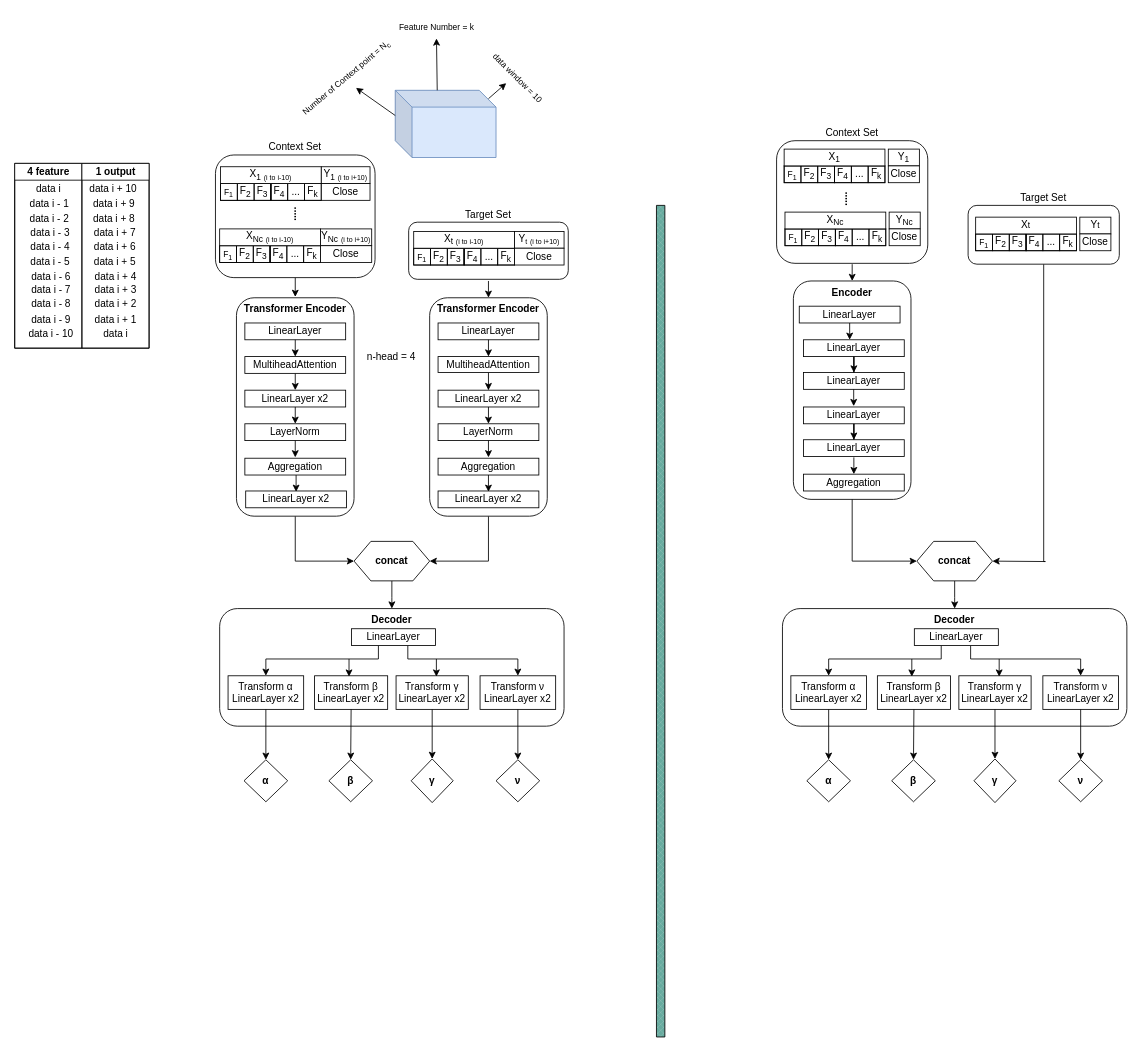
Before: CNP-model-save-name/Untitled Diagram.drawio in FatemehBehravan/ECNP, a draw.io diagram. Source tidied: cells renumbered, new cells numbered last; positions are measured from the earlier drawing's top-left corner, leaving out a move shared by most shapes. Both pictures are drawn from the tidied source at 84%, with x=0, y=0 at pixel (14, 14).
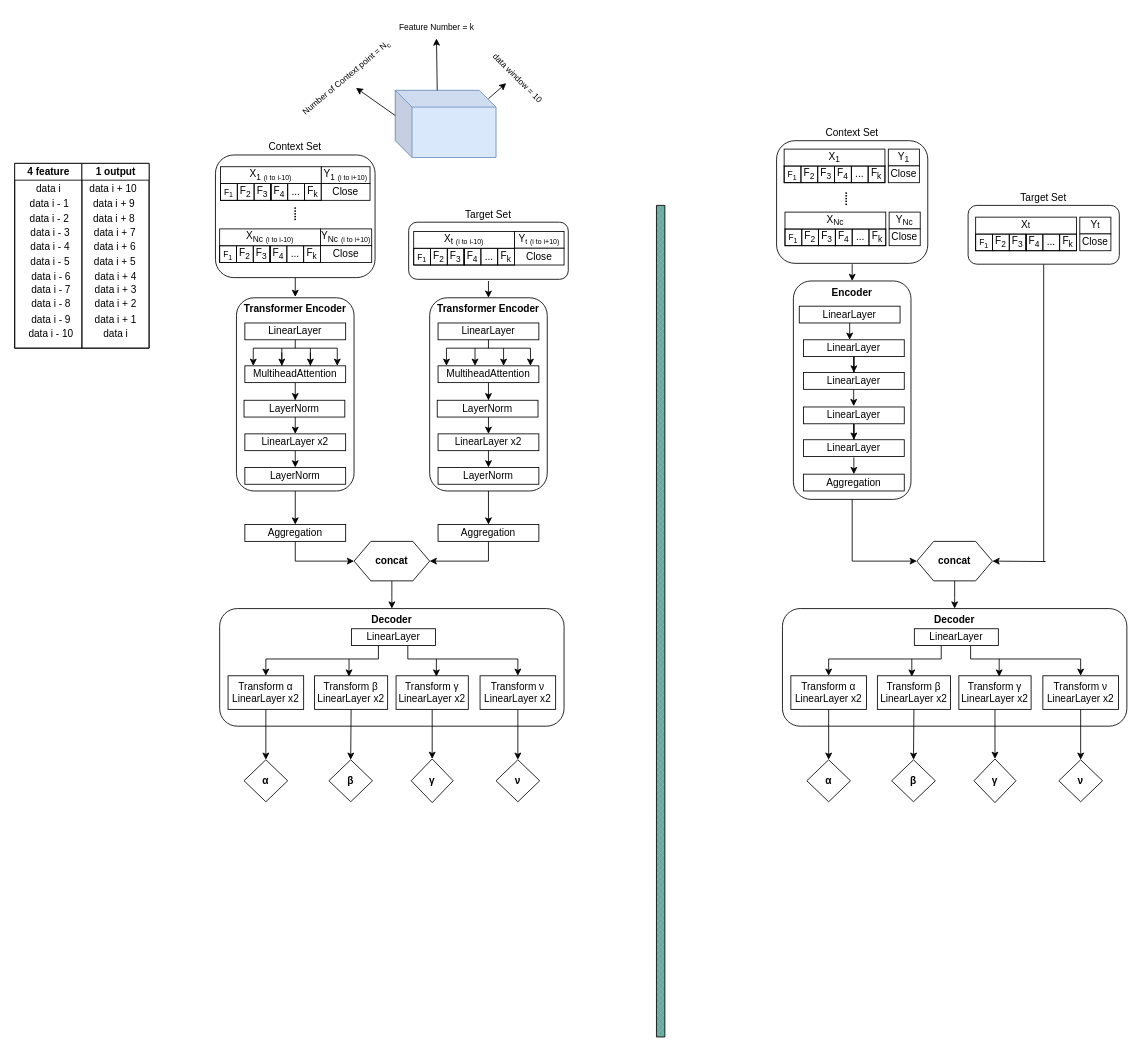
After the change.

The change refers to these unchanged cells:
```xml
<mxCell id="22" value="&lt;b&gt;concat&lt;/b&gt;" style="shape=hexagon;perimeter=hexagonPerimeter2;whiteSpace=wrap;html=1;fixedSize=1;" parent="1" vertex="1">
  <mxGeometry x="404" y="627" width="90" height="47" as="geometry" />
</mxCell>
<mxCell id="102" value="LinearLayer" style="whiteSpace=wrap;html=1;rounded=0;" parent="1" vertex="1">
  <mxGeometry x="274" y="367" width="120" height="20" as="geometry" />
</mxCell>
```

The edit, as a diff of the source:
```diff
@@
-    <mxCell id="4" style="edgeStyle=orthogonalEdgeStyle;rounded=0;jettySize=auto;html=1;entryX=1;entryY=0.5;entryDx=0;entryDy=0;" parent="1" edge="1" source="5" target="22">
-      <mxGeometry relative="1" as="geometry" />
-    </mxCell>
-    <mxCell id="5" value="&lt;b&gt;Transformer Encoder&lt;/b&gt;" style="rounded=1;whiteSpace=wrap;html=1;verticalAlign=top;" parent="1" vertex="1">
-      <mxGeometry x="494" y="337" width="140" height="260" as="geometry" />
-    </mxCell>
-    <mxCell id="6" style="edgeStyle=orthogonalEdgeStyle;rounded=0;jettySize=auto;html=1;entryX=0;entryY=0.5;entryDx=0;entryDy=0;" parent="1" edge="1" source="7" target="22">
-      <mxGeometry relative="1" as="geometry" />
-    </mxCell>
+    <mxCell id="203" style="edgeStyle=orthogonalEdgeStyle;rounded=0;jettySize=auto;html=1;" parent="1" edge="1" source="7" target="77">
+      <mxGeometry relative="1" as="geometry" />
+    </mxCell>
     <mxCell id="7" value="&lt;b&gt;Transformer Encoder&lt;/b&gt;" style="rounded=1;whiteSpace=wrap;html=1;align=center;verticalAlign=top;" parent="1" vertex="1">
-      <mxGeometry x="264" y="337" width="140" height="260" as="geometry" />
+      <mxGeometry x="264" y="337" width="140" height="230" as="geometry" />
     </mxCell>
@@
     <mxCell id="9" style="edgeStyle=orthogonalEdgeStyle;rounded=0;jettySize=auto;html=1;" parent="1" edge="1" source="10">
       <mxGeometry relative="1" as="geometry">
-        <mxPoint x="334" y="447" as="targetPoint" />
+        <mxPoint x="334" y="459" as="targetPoint" />
       </mxGeometry>
     </mxCell>
     <mxCell id="10" value="MultiheadAttention" style="rounded=0;whiteSpace=wrap;html=1;" parent="1" vertex="1">
-      <mxGeometry x="274" y="407" width="120" height="20" as="geometry" />
+      <mxGeometry x="274" y="418" width="120" height="20" as="geometry" />
     </mxCell>
     <mxCell id="11" value="LinearLayer x2" style="whiteSpace=wrap;html=1;rounded=0;" parent="1" vertex="1">
-      <mxGeometry x="274" y="447" width="120" height="20" as="geometry" />
+      <mxGeometry x="274" y="499" width="120" height="20" as="geometry" />
     </mxCell>
     <mxCell id="12" value="LayerNorm" style="whiteSpace=wrap;html=1;rounded=0;" parent="1" vertex="1">
-      <mxGeometry x="274" y="487" width="120" height="20" as="geometry" />
+      <mxGeometry x="274" y="539" width="120" height="20" as="geometry" />
     </mxCell>
-    <mxCell id="13" style="edgeStyle=orthogonalEdgeStyle;rounded=0;jettySize=auto;html=1;" parent="1" edge="1" source="14">
-      <mxGeometry relative="1" as="geometry">
-        <mxPoint x="564" y="447" as="targetPoint" />
-      </mxGeometry>
-    </mxCell>
-    <mxCell id="14" value="MultiheadAttention" style="rounded=0;whiteSpace=wrap;html=1;" parent="1" vertex="1">
-      <mxGeometry x="504" y="407" width="120" height="19" as="geometry" />
-    </mxCell>
-    <mxCell id="15" value="LinearLayer x2" style="whiteSpace=wrap;html=1;rounded=0;" parent="1" vertex="1">
-      <mxGeometry x="504" y="447" width="120" height="20" as="geometry" />
-    </mxCell>
-    <mxCell id="16" value="LayerNorm" style="whiteSpace=wrap;html=1;rounded=0;" parent="1" vertex="1">
-      <mxGeometry x="504" y="487" width="120" height="20" as="geometry" />
-    </mxCell>
     <mxCell id="17" style="edgeStyle=orthogonalEdgeStyle;rounded=0;orthogonalLoop=1;jettySize=auto;html=1;" parent="1" edge="1">
       <mxGeometry relative="1" as="geometry">
-        <mxPoint x="334" y="467" as="sourcePoint" />
-        <mxPoint x="334" y="487" as="targetPoint" />
+        <mxPoint x="334" y="519" as="sourcePoint" />
+        <mxPoint x="334" y="539" as="targetPoint" />
       </mxGeometry>
     </mxCell>
-    <mxCell id="18" style="edgeStyle=orthogonalEdgeStyle;rounded=0;orthogonalLoop=1;jettySize=auto;html=1;" parent="1" edge="1">
-      <mxGeometry relative="1" as="geometry">
-        <mxPoint x="564" y="467" as="sourcePoint" />
-        <mxPoint x="564" y="487" as="targetPoint" />
-      </mxGeometry>
-    </mxCell>
-    <mxCell id="19" style="edgeStyle=orthogonalEdgeStyle;rounded=0;orthogonalLoop=1;jettySize=auto;html=1;" parent="1" edge="1">
-      <mxGeometry relative="1" as="geometry">
-        <mxPoint x="564" y="507" as="sourcePoint" />
-        <mxPoint x="564" y="527" as="targetPoint" />
-      </mxGeometry>
-    </mxCell>
-    <mxCell id="20" style="edgeStyle=orthogonalEdgeStyle;rounded=0;orthogonalLoop=1;jettySize=auto;html=1;" parent="1" edge="1">
-      <mxGeometry relative="1" as="geometry">
-        <mxPoint x="334" y="507" as="sourcePoint" />
-        <mxPoint x="334" y="527" as="targetPoint" />
-      </mxGeometry>
-    </mxCell>
@@
-    <mxCell id="76" value="Aggregation" style="whiteSpace=wrap;html=1;rounded=0;" parent="1" vertex="1">
-      <mxGeometry x="504" y="528" width="120" height="20" as="geometry" />
-    </mxCell>
+    <mxCell id="204" style="edgeStyle=orthogonalEdgeStyle;rounded=0;jettySize=auto;html=1;entryX=0;entryY=0.5;entryDx=0;entryDy=0;exitX=0.5;exitY=1;exitDx=0;exitDy=0;" parent="1" edge="1" source="77" target="22">
+      <mxGeometry relative="1" as="geometry" />
+    </mxCell>
     <mxCell id="77" value="Aggregation" style="whiteSpace=wrap;html=1;rounded=0;" parent="1" vertex="1">
-      <mxGeometry x="274" y="528" width="120" height="20" as="geometry" />
+      <mxGeometry x="274" y="607" width="120" height="20" as="geometry" />
     </mxCell>
@@
-    <mxCell id="83" value="n-head = 4" style="text;html=1;align=center;verticalAlign=middle;strokeColor=none;fillColor=none;" parent="1" vertex="1">
-      <mxGeometry x="408" y="392" width="80" height="30" as="geometry" />
-    </mxCell>
@@
-    <mxCell id="103" style="edgeStyle=orthogonalEdgeStyle;rounded=0;orthogonalLoop=1;jettySize=auto;html=1;" parent="1" edge="1">
-      <mxGeometry relative="1" as="geometry">
-        <mxPoint x="334" y="387" as="sourcePoint" />
-        <mxPoint x="334" y="407" as="targetPoint" />
-      </mxGeometry>
-    </mxCell>
-    <mxCell id="104" value="LinearLayer" style="whiteSpace=wrap;html=1;rounded=0;" parent="1" vertex="1">
-      <mxGeometry x="504" y="367" width="120" height="20" as="geometry" />
-    </mxCell>
-    <mxCell id="105" style="edgeStyle=orthogonalEdgeStyle;rounded=0;orthogonalLoop=1;jettySize=auto;html=1;" parent="1" edge="1">
-      <mxGeometry relative="1" as="geometry">
-        <mxPoint x="564" y="387" as="sourcePoint" />
-        <mxPoint x="564" y="407" as="targetPoint" />
-      </mxGeometry>
-    </mxCell>
@@
-    <mxCell id="199" style="edgeStyle=orthogonalEdgeStyle;rounded=0;orthogonalLoop=1;jettySize=auto;html=1;" parent="1" edge="1">
-      <mxGeometry relative="1" as="geometry">
-        <mxPoint x="564" y="548" as="sourcePoint" />
-        <mxPoint x="564" y="568" as="targetPoint" />
-      </mxGeometry>
-    </mxCell>
-    <mxCell id="200" value="LinearLayer x2" style="whiteSpace=wrap;html=1;rounded=0;" parent="1" vertex="1">
-      <mxGeometry x="504" y="567" width="120" height="20" as="geometry" />
-    </mxCell>
-    <mxCell id="201" style="edgeStyle=orthogonalEdgeStyle;rounded=0;orthogonalLoop=1;jettySize=auto;html=1;" parent="1" edge="1">
-      <mxGeometry relative="1" as="geometry">
-        <mxPoint x="335" y="548" as="sourcePoint" />
-        <mxPoint x="335" y="568" as="targetPoint" />
-      </mxGeometry>
-    </mxCell>
-    <mxCell id="202" value="LinearLayer x2" style="whiteSpace=wrap;html=1;rounded=0;" parent="1" vertex="1">
-      <mxGeometry x="275" y="567" width="120" height="20" as="geometry" />
+    <mxCell id="202" value="LayerNorm" style="whiteSpace=wrap;html=1;rounded=0;" parent="1" vertex="1">
+      <mxGeometry x="273" y="459" width="120" height="20" as="geometry" />
     </mxCell>
+    <mxCell id="205" style="endArrow=none;html=1;rounded=0;entryX=0.496;entryY=0.33;entryDx=0;entryDy=0;entryPerimeter=0;exitX=0.65;exitY=0.018;exitDx=0;exitDy=0;exitPerimeter=0;" parent="1" edge="1" source="10">
+      <mxGeometry relative="1" as="geometry">
+        <mxPoint x="352" y="402.4" as="targetPoint" />
+      </mxGeometry>
+    </mxCell>
+    <mxCell id="206" style="endArrow=none;html=1;rounded=0;entryX=0.496;entryY=0.33;entryDx=0;entryDy=0;entryPerimeter=0;exitX=0.367;exitY=0.002;exitDx=0;exitDy=0;exitPerimeter=0;" parent="1" edge="1" source="10">
+      <mxGeometry relative="1" as="geometry">
+        <mxPoint x="318" y="402" as="targetPoint" />
+      </mxGeometry>
+    </mxCell>
+    <mxCell id="207" style="edgeStyle=orthogonalEdgeStyle;rounded=0;orthogonalLoop=1;jettySize=auto;html=1;" parent="1" edge="1">
+      <mxGeometry relative="1" as="geometry">
+        <mxPoint x="284" y="397" as="sourcePoint" />
+        <mxPoint x="284" y="418" as="targetPoint" />
+      </mxGeometry>
+    </mxCell>
+    <mxCell id="208" style="edgeStyle=orthogonalEdgeStyle;rounded=0;orthogonalLoop=1;jettySize=auto;html=1;" parent="1" edge="1">
+      <mxGeometry relative="1" as="geometry">
+        <mxPoint x="318" y="397" as="sourcePoint" />
+        <mxPoint x="318" y="418" as="targetPoint" />
+      </mxGeometry>
+    </mxCell>
+    <mxCell id="209" style="edgeStyle=orthogonalEdgeStyle;rounded=0;orthogonalLoop=1;jettySize=auto;html=1;" parent="1" edge="1">
+      <mxGeometry relative="1" as="geometry">
+        <mxPoint x="352" y="397" as="sourcePoint" />
+        <mxPoint x="352" y="418" as="targetPoint" />
+      </mxGeometry>
+    </mxCell>
+    <mxCell id="210" style="edgeStyle=orthogonalEdgeStyle;rounded=0;orthogonalLoop=1;jettySize=auto;html=1;" parent="1" edge="1">
+      <mxGeometry relative="1" as="geometry">
+        <mxPoint x="384" y="397" as="sourcePoint" />
+        <mxPoint x="384" y="418" as="targetPoint" />
+      </mxGeometry>
+    </mxCell>
+    <mxCell id="211" style="endArrow=none;html=1;rounded=0;" parent="1" edge="1">
+      <mxGeometry relative="1" as="geometry">
+        <mxPoint x="284" y="397" as="sourcePoint" />
+        <mxPoint x="384" y="397" as="targetPoint" />
+      </mxGeometry>
+    </mxCell>
+    <mxCell id="212" style="endArrow=none;html=1;rounded=0;entryX=0.5;entryY=1;entryDx=0;entryDy=0;" parent="1" edge="1" target="102">
+      <mxGeometry relative="1" as="geometry">
+        <mxPoint x="334" y="397" as="sourcePoint" />
+      </mxGeometry>
+    </mxCell>
+    <mxCell id="213" style="edgeStyle=orthogonalEdgeStyle;rounded=0;orthogonalLoop=1;jettySize=auto;html=1;" parent="1" edge="1">
+      <mxGeometry relative="1" as="geometry">
+        <mxPoint x="334" y="479" as="sourcePoint" />
+        <mxPoint x="334" y="499" as="targetPoint" />
+      </mxGeometry>
+    </mxCell>
+    <mxCell id="214" style="edgeStyle=orthogonalEdgeStyle;rounded=0;jettySize=auto;html=1;" parent="1" edge="1" source="5" target="76">
+      <mxGeometry relative="1" as="geometry" />
+    </mxCell>
+    <mxCell id="5" value="&lt;b&gt;Transformer Encoder&lt;/b&gt;" style="rounded=1;whiteSpace=wrap;html=1;align=center;verticalAlign=top;" parent="1" vertex="1">
+      <mxGeometry x="494" y="337" width="140" height="230" as="geometry" />
+    </mxCell>
+    <mxCell id="215" style="edgeStyle=orthogonalEdgeStyle;rounded=0;jettySize=auto;html=1;" parent="1" edge="1" source="14">
+      <mxGeometry relative="1" as="geometry">
+        <mxPoint x="564" y="459" as="targetPoint" />
+      </mxGeometry>
+    </mxCell>
+    <mxCell id="14" value="MultiheadAttention" style="rounded=0;whiteSpace=wrap;html=1;" parent="1" vertex="1">
+      <mxGeometry x="504" y="418" width="120" height="20" as="geometry" />
+    </mxCell>
+    <mxCell id="216" value="LinearLayer x2" style="whiteSpace=wrap;html=1;rounded=0;" parent="1" vertex="1">
+      <mxGeometry x="504" y="499" width="120" height="20" as="geometry" />
+    </mxCell>
+    <mxCell id="217" value="LayerNorm" style="whiteSpace=wrap;html=1;rounded=0;" parent="1" vertex="1">
+      <mxGeometry x="504" y="539" width="120" height="20" as="geometry" />
+    </mxCell>
+    <mxCell id="218" style="edgeStyle=orthogonalEdgeStyle;rounded=0;orthogonalLoop=1;jettySize=auto;html=1;" parent="1" edge="1">
+      <mxGeometry relative="1" as="geometry">
+        <mxPoint x="564" y="519" as="sourcePoint" />
+        <mxPoint x="564" y="539" as="targetPoint" />
+      </mxGeometry>
+    </mxCell>
+    <mxCell id="219" style="edgeStyle=orthogonalEdgeStyle;rounded=0;jettySize=auto;html=1;entryX=1;entryY=0.5;entryDx=0;entryDy=0;exitX=0.5;exitY=1;exitDx=0;exitDy=0;" parent="1" edge="1" source="76" target="22">
+      <mxGeometry relative="1" as="geometry" />
+    </mxCell>
+    <mxCell id="76" value="Aggregation" style="whiteSpace=wrap;html=1;rounded=0;" parent="1" vertex="1">
+      <mxGeometry x="504" y="607" width="120" height="20" as="geometry" />
+    </mxCell>
+    <mxCell id="104" value="LinearLayer" style="whiteSpace=wrap;html=1;rounded=0;" parent="1" vertex="1">
+      <mxGeometry x="504" y="367" width="120" height="20" as="geometry" />
+    </mxCell>
+    <mxCell id="220" value="LayerNorm" style="whiteSpace=wrap;html=1;rounded=0;" parent="1" vertex="1">
+      <mxGeometry x="503" y="459" width="120" height="20" as="geometry" />
+    </mxCell>
+    <mxCell id="221" style="edgeStyle=orthogonalEdgeStyle;rounded=0;orthogonalLoop=1;jettySize=auto;html=1;" parent="1" edge="1">
+      <mxGeometry relative="1" as="geometry">
+        <mxPoint x="514" y="397" as="sourcePoint" />
+        <mxPoint x="514" y="418" as="targetPoint" />
+      </mxGeometry>
+    </mxCell>
+    <mxCell id="222" style="edgeStyle=orthogonalEdgeStyle;rounded=0;orthogonalLoop=1;jettySize=auto;html=1;" parent="1" edge="1">
+      <mxGeometry relative="1" as="geometry">
+        <mxPoint x="548" y="397" as="sourcePoint" />
+        <mxPoint x="548" y="418" as="targetPoint" />
+      </mxGeometry>
+    </mxCell>
+    <mxCell id="223" style="edgeStyle=orthogonalEdgeStyle;rounded=0;orthogonalLoop=1;jettySize=auto;html=1;" parent="1" edge="1">
+      <mxGeometry relative="1" as="geometry">
+        <mxPoint x="582" y="397" as="sourcePoint" />
+        <mxPoint x="582" y="418" as="targetPoint" />
+      </mxGeometry>
+    </mxCell>
+    <mxCell id="224" style="edgeStyle=orthogonalEdgeStyle;rounded=0;orthogonalLoop=1;jettySize=auto;html=1;" parent="1" edge="1">
+      <mxGeometry relative="1" as="geometry">
+        <mxPoint x="614" y="397" as="sourcePoint" />
+        <mxPoint x="614" y="418" as="targetPoint" />
+      </mxGeometry>
+    </mxCell>
+    <mxCell id="225" style="endArrow=none;html=1;rounded=0;entryX=0.5;entryY=1;entryDx=0;entryDy=0;" parent="1" edge="1" target="104">
+      <mxGeometry relative="1" as="geometry">
+        <mxPoint x="564" y="397" as="sourcePoint" />
+      </mxGeometry>
+    </mxCell>
+    <mxCell id="226" style="edgeStyle=orthogonalEdgeStyle;rounded=0;orthogonalLoop=1;jettySize=auto;html=1;" parent="1" edge="1">
+      <mxGeometry relative="1" as="geometry">
+        <mxPoint x="564" y="479" as="sourcePoint" />
+        <mxPoint x="564" y="499" as="targetPoint" />
+      </mxGeometry>
+    </mxCell>
+    <mxCell id="227" style="endArrow=none;html=1;rounded=0;" parent="1" edge="1">
+      <mxGeometry relative="1" as="geometry">
+        <mxPoint x="514" y="397" as="sourcePoint" />
+        <mxPoint x="614" y="397" as="targetPoint" />
+      </mxGeometry>
+    </mxCell>
```
